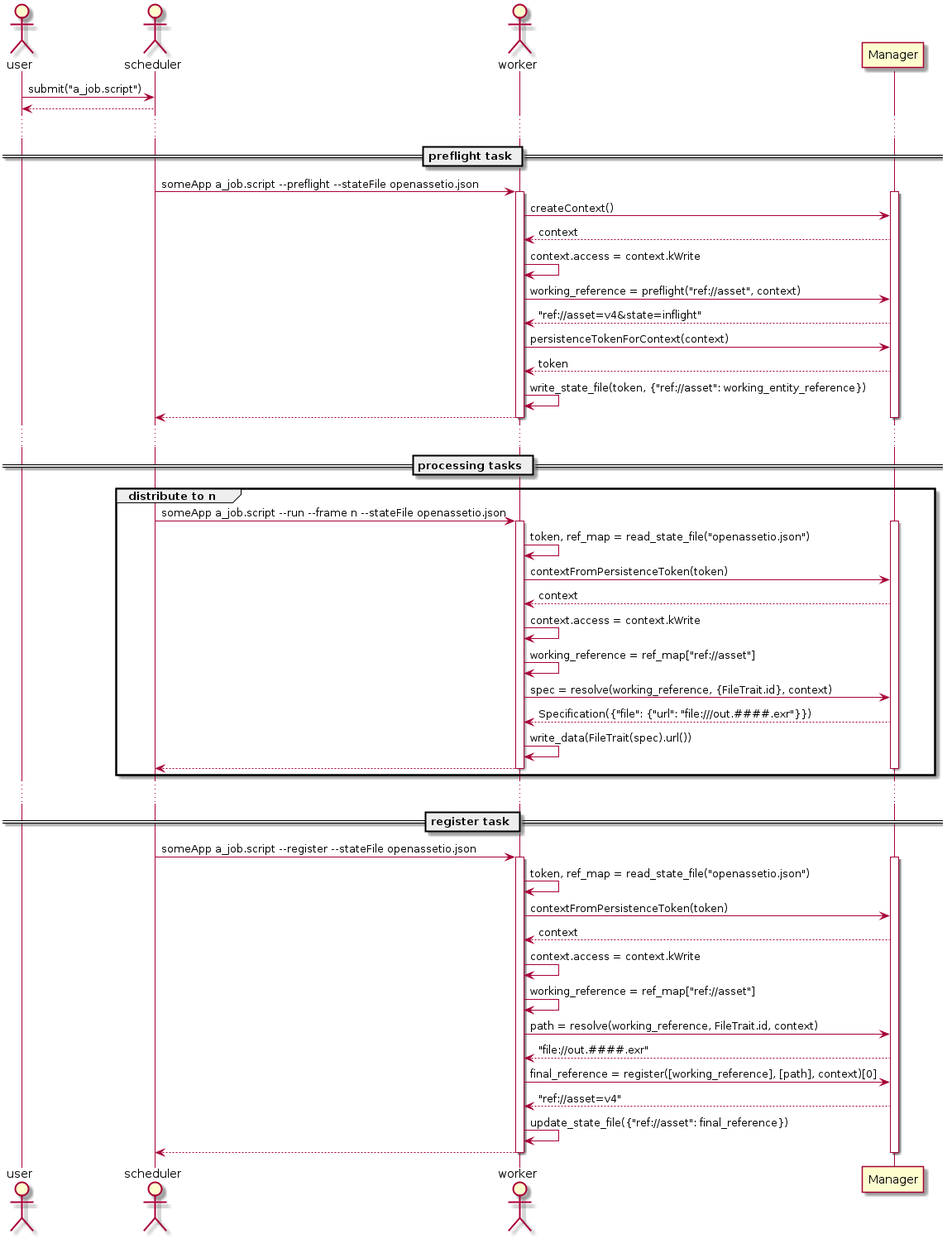
OpenAssetIO/OpenAssetIO keeps this PlantUML diagram as docs/inline_umlgraph_3.png. Above is the earlier version.
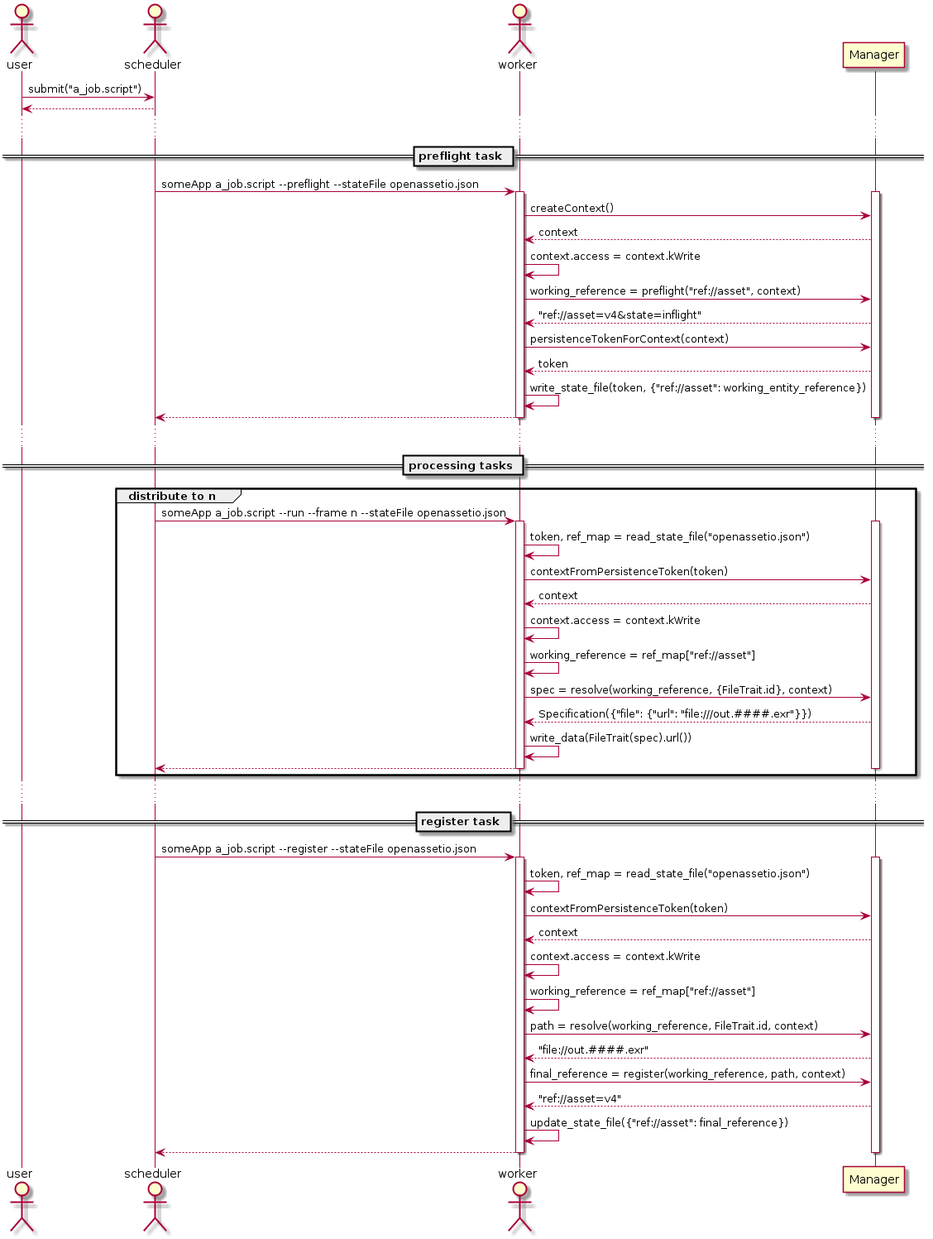
Above is the later version.

Diff of the diagram source:
```diff
@@ -50,7 +50,7 @@
 worker -> worker : working_reference = ref_map["ref://asset"]
 worker -> Manager : path = resolve(working_reference, FileTrait.id, context)
 Manager --> worker : "file://out.####.exr"
-worker -> Manager : final_reference = register([working_reference], [path], context)[0]
+worker -> Manager : final_reference = register(working_reference, path, context)
 Manager --> worker : "ref://asset=v4"
 worker -> worker : update_state_file({"ref://asset": final_reference})
 worker --> scheduler
```
